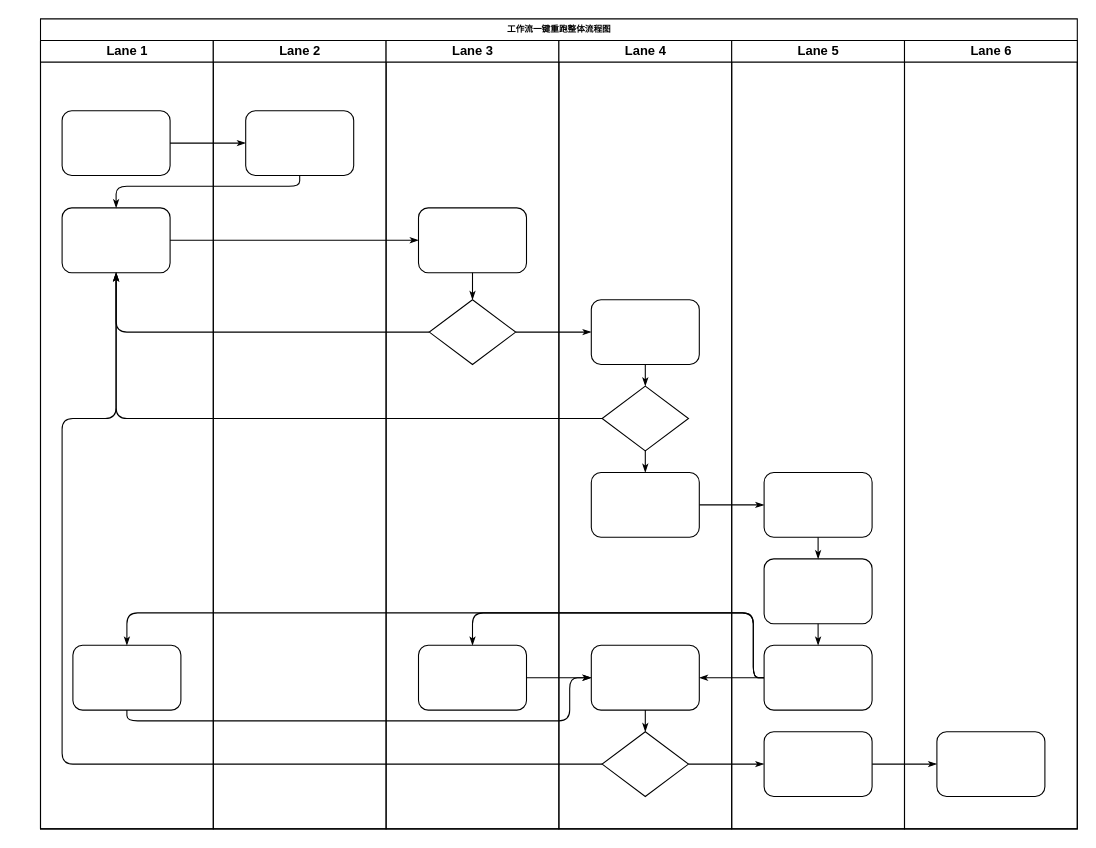
Before: biz_flow/大数据平台工作流一键重跑设计.drawio in hlld3344/diagrams, a draw.io diagram. Source tidied: cells renumbered, new cells numbered last; positions are measured from the earlier drawing's top-left corner, leaving out a move shared by most shapes. Both pictures are drawn from the tidied source at 108%, with x=0, y=0 at pixel (40, 18).
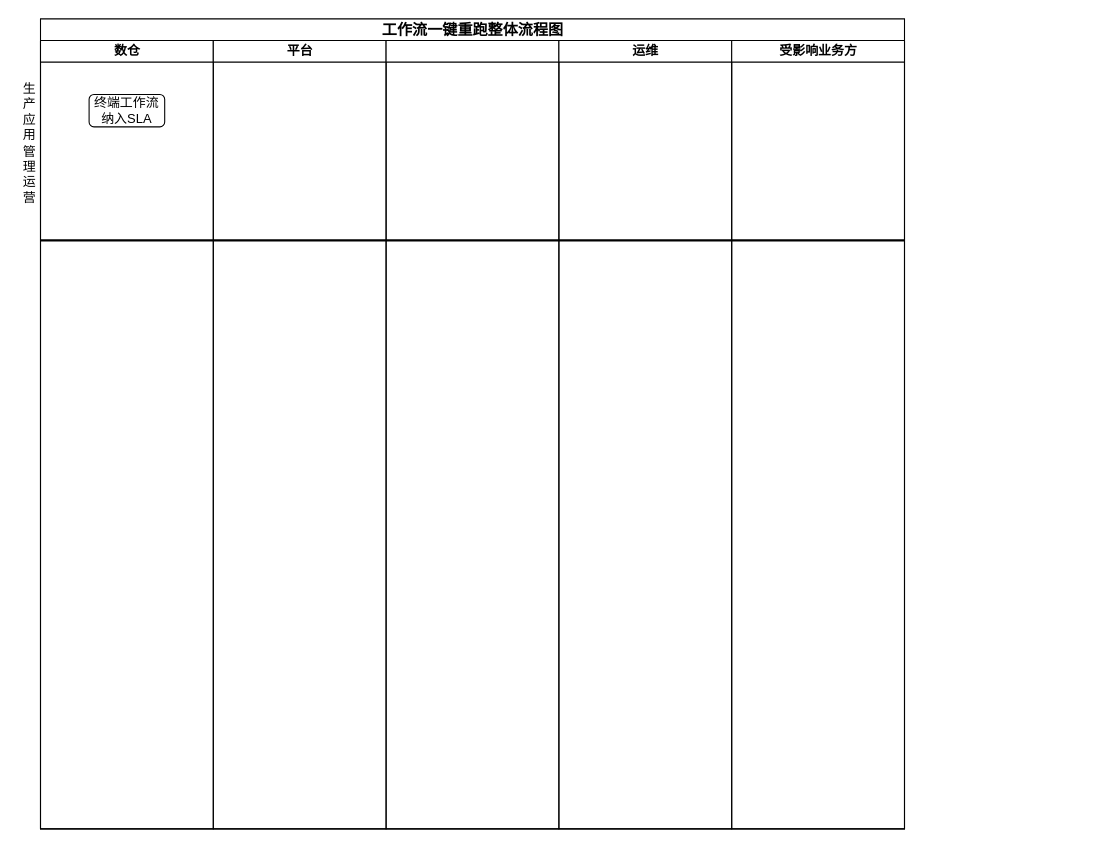
Above is the later version.

Commit message (it also covers changes not shown here):
更新大数据平台工作流一键重跑设计.drawio

Change to the diagram source:
```diff
@@
-    <mxCell id="2" value="工作流一键重跑整体流程图" style="swimlane;html=1;startSize=20;rounded=0;shadow=0;labelBackgroundColor=none;strokeWidth=1;fontFamily=Verdana;fontSize=8;align=center;" parent="1" vertex="1">
-      <mxGeometry width="960" height="750" as="geometry" />
+    <mxCell id="2" value="&lt;font style=&quot;font-size: 14px;&quot;&gt;工作流一键重跑整体流程图&lt;/font&gt;" style="swimlane;html=1;startSize=20;rounded=0;shadow=0;labelBackgroundColor=none;strokeWidth=1;fontFamily=Verdana;fontSize=8;align=center;" parent="1" vertex="1">
+      <mxGeometry width="800" height="750" as="geometry" />
     </mxCell>
-    <mxCell id="3" value="Lane 1" style="swimlane;html=1;startSize=20;" parent="2" vertex="1">
+    <mxCell id="3" value="数仓" style="swimlane;html=1;startSize=20;" parent="2" vertex="1">
       <mxGeometry y="20" width="160" height="730" as="geometry" />
     </mxCell>
-    <mxCell id="4" style="rounded=1;whiteSpace=wrap;html=1;shadow=0;labelBackgroundColor=none;strokeWidth=1;fontFamily=Verdana;fontSize=8;align=center;" parent="3" vertex="1">
-      <mxGeometry x="20" y="65" width="100" height="60" as="geometry" />
-    </mxCell>
-    <mxCell id="5" style="rounded=1;whiteSpace=wrap;html=1;shadow=0;labelBackgroundColor=none;strokeWidth=1;fontFamily=Verdana;fontSize=8;align=center;" parent="3" vertex="1">
-      <mxGeometry x="20" y="155" width="100" height="60" as="geometry" />
-    </mxCell>
-    <mxCell id="6" style="rounded=1;whiteSpace=wrap;html=1;shadow=0;labelBackgroundColor=none;strokeWidth=1;fontFamily=Verdana;fontSize=8;align=center;" parent="3" vertex="1">
-      <mxGeometry x="30" y="560" width="100" height="60" as="geometry" />
-    </mxCell>
-    <mxCell id="7" style="edgeStyle=orthogonalEdgeStyle;rounded=1;html=1;labelBackgroundColor=none;startArrow=none;startFill=0;startSize=5;endArrow=classicThin;endFill=1;endSize=5;jettySize=auto;strokeWidth=1;fontFamily=Verdana;fontSize=8;" parent="2" edge="1" source="4" target="23">
-      <mxGeometry relative="1" as="geometry" />
-    </mxCell>
-    <mxCell id="8" style="edgeStyle=orthogonalEdgeStyle;rounded=1;html=1;labelBackgroundColor=none;startArrow=none;startFill=0;startSize=5;endArrow=classicThin;endFill=1;endSize=5;jettySize=auto;strokeWidth=1;fontFamily=Verdana;fontSize=8;" parent="2" edge="1" source="23" target="5">
-      <mxGeometry relative="1" as="geometry">
-        <Array as="points">
-          <mxPoint x="240" y="155" />
-          <mxPoint x="70" y="155" />
-        </Array>
-      </mxGeometry>
-    </mxCell>
-    <mxCell id="9" style="edgeStyle=orthogonalEdgeStyle;rounded=1;html=1;labelBackgroundColor=none;startArrow=none;startFill=0;startSize=5;endArrow=classicThin;endFill=1;endSize=5;jettySize=auto;strokeWidth=1;fontFamily=Verdana;fontSize=8;" parent="2" edge="1" source="5" target="25">
-      <mxGeometry relative="1" as="geometry" />
-    </mxCell>
-    <mxCell id="10" style="edgeStyle=orthogonalEdgeStyle;rounded=1;html=1;labelBackgroundColor=none;startArrow=none;startFill=0;startSize=5;endArrow=classicThin;endFill=1;endSize=5;jettySize=auto;strokeWidth=1;fontFamily=Verdana;fontSize=8;" parent="2" edge="1" source="26" target="5">
-      <mxGeometry relative="1" as="geometry" />
-    </mxCell>
-    <mxCell id="11" style="edgeStyle=orthogonalEdgeStyle;rounded=1;html=1;labelBackgroundColor=none;startArrow=none;startFill=0;startSize=5;endArrow=classicThin;endFill=1;endSize=5;jettySize=auto;strokeWidth=1;fontFamily=Verdana;fontSize=8;" parent="2" edge="1" source="31" target="5">
-      <mxGeometry relative="1" as="geometry" />
-    </mxCell>
-    <mxCell id="12" style="edgeStyle=orthogonalEdgeStyle;rounded=1;html=1;labelBackgroundColor=none;startArrow=none;startFill=0;startSize=5;endArrow=classicThin;endFill=1;endSize=5;jettySize=auto;strokeWidth=1;fontFamily=Verdana;fontSize=8;" parent="2" edge="1" source="34" target="5">
-      <mxGeometry relative="1" as="geometry">
-        <Array as="points">
-          <mxPoint x="20" y="690" />
-          <mxPoint x="20" y="370" />
-          <mxPoint x="70" y="370" />
-        </Array>
-      </mxGeometry>
-    </mxCell>
-    <mxCell id="13" style="edgeStyle=orthogonalEdgeStyle;rounded=1;html=1;labelBackgroundColor=none;startArrow=none;startFill=0;startSize=5;endArrow=classicThin;endFill=1;endSize=5;jettySize=auto;strokeWidth=1;fontFamily=Verdana;fontSize=8;" parent="2" edge="1" source="26" target="30">
-      <mxGeometry relative="1" as="geometry" />
-    </mxCell>
-    <mxCell id="14" style="edgeStyle=orthogonalEdgeStyle;rounded=1;html=1;labelBackgroundColor=none;startArrow=none;startFill=0;startSize=5;endArrow=classicThin;endFill=1;endSize=5;jettySize=auto;strokeWidth=1;fontFamily=Verdana;fontSize=8;" parent="2" edge="1" source="34" target="42">
-      <mxGeometry relative="1" as="geometry" />
-    </mxCell>
-    <mxCell id="15" style="edgeStyle=orthogonalEdgeStyle;rounded=1;html=1;labelBackgroundColor=none;startArrow=none;startFill=0;startSize=5;endArrow=classicThin;endFill=1;endSize=5;jettySize=auto;strokeWidth=1;fontFamily=Verdana;fontSize=8;" parent="2" edge="1" source="42" target="46">
-      <mxGeometry relative="1" as="geometry" />
-    </mxCell>
-    <mxCell id="16" style="edgeStyle=orthogonalEdgeStyle;rounded=1;html=1;labelBackgroundColor=none;startArrow=none;startFill=0;startSize=5;endArrow=classicThin;endFill=1;endSize=5;jettySize=auto;strokeWidth=1;fontFamily=Verdana;fontSize=8;" parent="2" edge="1" source="32" target="39">
-      <mxGeometry relative="1" as="geometry" />
-    </mxCell>
-    <mxCell id="17" style="edgeStyle=orthogonalEdgeStyle;rounded=1;html=1;labelBackgroundColor=none;startArrow=none;startFill=0;startSize=5;endArrow=classicThin;endFill=1;endSize=5;jettySize=auto;strokeWidth=1;fontFamily=Verdana;fontSize=8;" parent="2" edge="1" source="41" target="27">
-      <mxGeometry relative="1" as="geometry">
-        <Array as="points">
-          <mxPoint x="660" y="610" />
-          <mxPoint x="660" y="550" />
-          <mxPoint x="400" y="550" />
-        </Array>
-      </mxGeometry>
-    </mxCell>
-    <mxCell id="18" style="edgeStyle=orthogonalEdgeStyle;rounded=1;html=1;labelBackgroundColor=none;startArrow=none;startFill=0;startSize=5;endArrow=classicThin;endFill=1;endSize=5;jettySize=auto;strokeColor=#000000;strokeWidth=1;fontFamily=Verdana;fontSize=8;fontColor=#000000;" parent="2" edge="1" source="41" target="33">
-      <mxGeometry relative="1" as="geometry" />
-    </mxCell>
-    <mxCell id="19" style="edgeStyle=orthogonalEdgeStyle;rounded=1;html=1;labelBackgroundColor=none;startArrow=none;startFill=0;startSize=5;endArrow=classicThin;endFill=1;endSize=5;jettySize=auto;strokeWidth=1;fontFamily=Verdana;fontSize=8;" parent="2" edge="1" source="41" target="6">
-      <mxGeometry relative="1" as="geometry">
-        <Array as="points">
-          <mxPoint x="660" y="610" />
-          <mxPoint x="660" y="550" />
-          <mxPoint x="80" y="550" />
-        </Array>
-      </mxGeometry>
-    </mxCell>
-    <mxCell id="20" style="edgeStyle=orthogonalEdgeStyle;rounded=1;html=1;labelBackgroundColor=none;startArrow=none;startFill=0;startSize=5;endArrow=classicThin;endFill=1;endSize=5;jettySize=auto;strokeWidth=1;fontFamily=Verdana;fontSize=8;" parent="2" edge="1" source="6" target="33">
-      <mxGeometry relative="1" as="geometry">
-        <Array as="points">
-          <mxPoint x="80" y="650" />
-          <mxPoint x="490" y="650" />
-          <mxPoint x="490" y="610" />
-        </Array>
-      </mxGeometry>
-    </mxCell>
-    <mxCell id="21" style="edgeStyle=orthogonalEdgeStyle;rounded=1;html=1;labelBackgroundColor=none;startArrow=none;startFill=0;startSize=5;endArrow=classicThin;endFill=1;endSize=5;jettySize=auto;strokeWidth=1;fontFamily=Verdana;fontSize=8;" parent="2" edge="1" source="27" target="33">
-      <mxGeometry relative="1" as="geometry" />
-    </mxCell>
+    <mxCell id="47" style="line;strokeWidth=2;html=1;" parent="3" vertex="1">
+      <mxGeometry y="180" width="800" height="10" as="geometry" />
+    </mxCell>
+    <mxCell id="48" value="&lt;font style=&quot;font-size: 12px;&quot;&gt;终端工作流纳入SLA&lt;/font&gt;" style="rounded=1;whiteSpace=wrap;html=1;" parent="3" vertex="1">
+      <mxGeometry x="45" y="50" width="70" height="30" as="geometry" />
+    </mxCell>
-    <mxCell id="22" value="Lane 2" style="swimlane;html=1;startSize=20;" parent="2" vertex="1">
+    <mxCell id="22" value="平台" style="swimlane;html=1;startSize=20;" parent="2" vertex="1">
       <mxGeometry x="160" y="20" width="160" height="730" as="geometry" />
     </mxCell>
-    <mxCell id="23" style="rounded=1;whiteSpace=wrap;html=1;shadow=0;labelBackgroundColor=none;strokeWidth=1;fontFamily=Verdana;fontSize=8;align=center;" parent="22" vertex="1">
-      <mxGeometry x="30" y="65" width="100" height="60" as="geometry" />
-    </mxCell>
-    <mxCell id="24" value="Lane 3" style="swimlane;html=1;startSize=20;" parent="2" vertex="1">
+    <mxCell id="24" style="swimlane;html=1;startSize=20;" parent="2" vertex="1">
       <mxGeometry x="320" y="20" width="160" height="730" as="geometry" />
     </mxCell>
-    <mxCell id="25" style="rounded=1;whiteSpace=wrap;html=1;shadow=0;labelBackgroundColor=none;strokeWidth=1;fontFamily=Verdana;fontSize=8;align=center;" parent="24" vertex="1">
-      <mxGeometry x="30" y="155" width="100" height="60" as="geometry" />
-    </mxCell>
-    <mxCell id="26" style="rhombus;whiteSpace=wrap;html=1;rounded=0;shadow=0;labelBackgroundColor=none;strokeWidth=1;fontFamily=Verdana;fontSize=8;align=center;" parent="24" vertex="1">
-      <mxGeometry x="40" y="240" width="80" height="60" as="geometry" />
-    </mxCell>
-    <mxCell id="27" style="rounded=1;whiteSpace=wrap;html=1;shadow=0;labelBackgroundColor=none;strokeWidth=1;fontFamily=Verdana;fontSize=8;align=center;" parent="24" vertex="1">
-      <mxGeometry x="30" y="560" width="100" height="60" as="geometry" />
-    </mxCell>
-    <mxCell id="28" style="edgeStyle=orthogonalEdgeStyle;rounded=1;html=1;labelBackgroundColor=none;startArrow=none;startFill=0;startSize=5;endArrow=classicThin;endFill=1;endSize=5;jettySize=auto;strokeWidth=1;fontFamily=Verdana;fontSize=8;" parent="24" edge="1" source="25" target="26">
-      <mxGeometry relative="1" as="geometry" />
-    </mxCell>
-    <mxCell id="29" value="Lane 4" style="swimlane;html=1;startSize=20;" parent="2" vertex="1">
+    <mxCell id="29" value="运维" style="swimlane;html=1;startSize=20;" parent="2" vertex="1">
       <mxGeometry x="480" y="20" width="160" height="730" as="geometry" />
     </mxCell>
-    <mxCell id="30" style="rounded=1;whiteSpace=wrap;html=1;shadow=0;labelBackgroundColor=none;strokeWidth=1;fontFamily=Verdana;fontSize=8;align=center;" parent="29" vertex="1">
-      <mxGeometry x="30" y="240" width="100" height="60" as="geometry" />
-    </mxCell>
-    <mxCell id="31" style="rhombus;whiteSpace=wrap;html=1;rounded=0;shadow=0;labelBackgroundColor=none;strokeWidth=1;fontFamily=Verdana;fontSize=8;align=center;" parent="29" vertex="1">
-      <mxGeometry x="40" y="320" width="80" height="60" as="geometry" />
-    </mxCell>
-    <mxCell id="32" style="rounded=1;whiteSpace=wrap;html=1;shadow=0;labelBackgroundColor=none;strokeWidth=1;fontFamily=Verdana;fontSize=8;align=center;" parent="29" vertex="1">
-      <mxGeometry x="30" y="400" width="100" height="60" as="geometry" />
-    </mxCell>
-    <mxCell id="33" style="rounded=1;whiteSpace=wrap;html=1;shadow=0;labelBackgroundColor=none;strokeWidth=1;fontFamily=Verdana;fontSize=8;align=center;" parent="29" vertex="1">
-      <mxGeometry x="30" y="560" width="100" height="60" as="geometry" />
-    </mxCell>
-    <mxCell id="34" style="rhombus;whiteSpace=wrap;html=1;rounded=0;shadow=0;labelBackgroundColor=none;strokeWidth=1;fontFamily=Verdana;fontSize=8;align=center;" parent="29" vertex="1">
-      <mxGeometry x="40" y="640" width="80" height="60" as="geometry" />
-    </mxCell>
-    <mxCell id="35" style="edgeStyle=orthogonalEdgeStyle;rounded=1;html=1;labelBackgroundColor=none;startArrow=none;startFill=0;startSize=5;endArrow=classicThin;endFill=1;endSize=5;jettySize=auto;strokeColor=#000000;strokeWidth=1;fontFamily=Verdana;fontSize=8;fontColor=#000000;" parent="29" edge="1" source="30" target="31">
-      <mxGeometry relative="1" as="geometry" />
-    </mxCell>
-    <mxCell id="36" style="edgeStyle=orthogonalEdgeStyle;rounded=1;html=1;labelBackgroundColor=none;startArrow=none;startFill=0;startSize=5;endArrow=classicThin;endFill=1;endSize=5;jettySize=auto;strokeWidth=1;fontFamily=Verdana;fontSize=8;" parent="29" edge="1" source="31" target="32">
-      <mxGeometry relative="1" as="geometry" />
-    </mxCell>
-    <mxCell id="37" style="edgeStyle=orthogonalEdgeStyle;rounded=1;html=1;labelBackgroundColor=none;startArrow=none;startFill=0;startSize=5;endArrow=classicThin;endFill=1;endSize=5;jettySize=auto;strokeWidth=1;fontFamily=Verdana;fontSize=8;" parent="29" edge="1" source="33" target="34">
-      <mxGeometry relative="1" as="geometry" />
-    </mxCell>
-    <mxCell id="38" value="Lane 5" style="swimlane;html=1;startSize=20;" parent="2" vertex="1">
+    <mxCell id="38" value="受影响业务方" style="swimlane;html=1;startSize=20;" parent="2" vertex="1">
       <mxGeometry x="640" y="20" width="160" height="730" as="geometry" />
     </mxCell>
-    <mxCell id="39" style="rounded=1;whiteSpace=wrap;html=1;shadow=0;labelBackgroundColor=none;strokeWidth=1;fontFamily=Verdana;fontSize=8;align=center;" parent="38" vertex="1">
-      <mxGeometry x="30" y="400" width="100" height="60" as="geometry" />
-    </mxCell>
-    <mxCell id="40" style="rounded=1;whiteSpace=wrap;html=1;shadow=0;labelBackgroundColor=none;strokeWidth=1;fontFamily=Verdana;fontSize=8;align=center;" parent="38" vertex="1">
-      <mxGeometry x="30" y="480" width="100" height="60" as="geometry" />
-    </mxCell>
-    <mxCell id="41" style="rounded=1;whiteSpace=wrap;html=1;shadow=0;labelBackgroundColor=none;strokeWidth=1;fontFamily=Verdana;fontSize=8;align=center;" parent="38" vertex="1">
-      <mxGeometry x="30" y="560" width="100" height="60" as="geometry" />
-    </mxCell>
-    <mxCell id="42" style="rounded=1;whiteSpace=wrap;html=1;shadow=0;labelBackgroundColor=none;strokeWidth=1;fontFamily=Verdana;fontSize=8;align=center;" parent="38" vertex="1">
-      <mxGeometry x="30" y="640" width="100" height="60" as="geometry" />
-    </mxCell>
-    <mxCell id="43" style="edgeStyle=orthogonalEdgeStyle;rounded=1;html=1;labelBackgroundColor=none;startArrow=none;startFill=0;startSize=5;endArrow=classicThin;endFill=1;endSize=5;jettySize=auto;strokeWidth=1;fontFamily=Verdana;fontSize=8;" parent="38" edge="1" source="39" target="40">
-      <mxGeometry relative="1" as="geometry" />
-    </mxCell>
-    <mxCell id="44" style="edgeStyle=orthogonalEdgeStyle;rounded=1;html=1;labelBackgroundColor=none;startArrow=none;startFill=0;startSize=5;endArrow=classicThin;endFill=1;endSize=5;jettySize=auto;strokeWidth=1;fontFamily=Verdana;fontSize=8;" parent="38" edge="1" source="40" target="41">
-      <mxGeometry relative="1" as="geometry" />
-    </mxCell>
-    <mxCell id="45" value="Lane 6" style="swimlane;html=1;startSize=20;" parent="2" vertex="1">
-      <mxGeometry x="800" y="20" width="160" height="730" as="geometry" />
-    </mxCell>
-    <mxCell id="46" style="rounded=1;whiteSpace=wrap;html=1;shadow=0;labelBackgroundColor=none;strokeWidth=1;fontFamily=Verdana;fontSize=8;align=center;" parent="45" vertex="1">
-      <mxGeometry x="30" y="640" width="100" height="60" as="geometry" />
-    </mxCell>
+    <mxCell id="49" value="生产应用管理运营" style="text;html=1;align=center;verticalAlign=middle;whiteSpace=wrap;rounded=0;" parent="1" vertex="1">
+      <mxGeometry x="-20" y="80" width="20" height="70" as="geometry" />
+    </mxCell>
```
